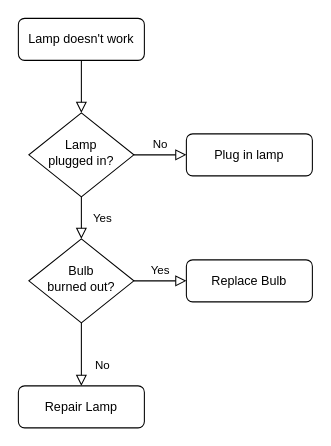
Before: 未命名绘图.drawio in lance631/notes, a draw.io diagram. Source tidied: cells renumbered, new cells numbered last; positions are measured from the earlier drawing's top-left corner, leaving out a move shared by most shapes. Both pictures are drawn from the tidied source at 105%, with x=0, y=0 at pixel (18, 18).
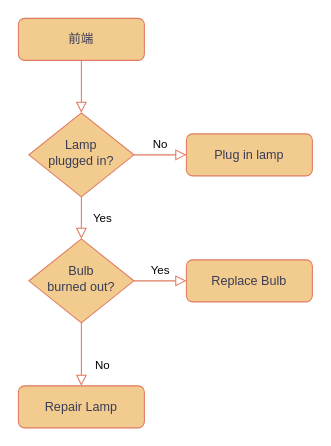
Above is the later version.

What changed in the source:
```diff
@@
 <mxGraphModel>
   <root>
     <mxCell id="0" />
     <mxCell id="1" parent="0" />
-    <mxCell id="2" style="rounded=0;html=1;jettySize=auto;fontSize=11;endArrow=block;endFill=0;endSize=8;strokeWidth=1;shadow=0;labelBackgroundColor=none;edgeStyle=orthogonalEdgeStyle;" parent="1" edge="1" source="3" target="6">
+    <mxCell id="2" style="rounded=0;html=1;jettySize=auto;fontSize=11;endArrow=block;endFill=0;endSize=8;strokeWidth=1;shadow=0;labelBackgroundColor=none;edgeStyle=orthogonalEdgeStyle;strokeColor=#E07A5F;fontColor=default;" parent="1" edge="1" source="3" target="6">
       <mxGeometry relative="1" as="geometry" />
     </mxCell>
-    <mxCell id="3" value="Lamp doesn't work" style="rounded=1;whiteSpace=wrap;html=1;fontSize=12;glass=0;strokeWidth=1;shadow=0;" parent="1" vertex="1">
+    <mxCell id="3" value="前端" style="rounded=1;whiteSpace=wrap;html=1;fontSize=12;glass=0;strokeWidth=1;shadow=0;labelBackgroundColor=none;fillColor=#F2CC8F;strokeColor=#E07A5F;fontColor=#393C56;" parent="1" vertex="1">
       <mxGeometry width="120" height="40" as="geometry" />
     </mxCell>
-    <mxCell id="4" value="Yes" style="rounded=0;html=1;jettySize=auto;fontSize=11;endArrow=block;endFill=0;endSize=8;strokeWidth=1;shadow=0;labelBackgroundColor=none;edgeStyle=orthogonalEdgeStyle;" parent="1" edge="1" source="6" target="10">
+    <mxCell id="4" value="Yes" style="rounded=0;html=1;jettySize=auto;fontSize=11;endArrow=block;endFill=0;endSize=8;strokeWidth=1;shadow=0;labelBackgroundColor=none;edgeStyle=orthogonalEdgeStyle;strokeColor=#E07A5F;fontColor=default;" parent="1" edge="1" source="6" target="10">
       <mxGeometry y="20" relative="1" as="geometry" />
     </mxCell>
-    <mxCell id="5" value="No" style="edgeStyle=orthogonalEdgeStyle;rounded=0;html=1;jettySize=auto;fontSize=11;endArrow=block;endFill=0;endSize=8;strokeWidth=1;shadow=0;labelBackgroundColor=none;" parent="1" edge="1" source="6" target="7">
+    <mxCell id="5" value="No" style="edgeStyle=orthogonalEdgeStyle;rounded=0;html=1;jettySize=auto;fontSize=11;endArrow=block;endFill=0;endSize=8;strokeWidth=1;shadow=0;labelBackgroundColor=none;strokeColor=#E07A5F;fontColor=default;" parent="1" edge="1" source="6" target="7">
       <mxGeometry y="10" relative="1" as="geometry" />
     </mxCell>
-    <mxCell id="6" value="Lamp&lt;br&gt;plugged in?" style="rhombus;whiteSpace=wrap;html=1;shadow=0;fontFamily=Helvetica;fontSize=12;align=center;strokeWidth=1;spacing=6;spacingTop=-4;" parent="1" vertex="1">
+    <mxCell id="6" value="Lamp&lt;br&gt;plugged in?" style="rhombus;whiteSpace=wrap;html=1;shadow=0;fontFamily=Helvetica;fontSize=12;align=center;strokeWidth=1;spacing=6;spacingTop=-4;labelBackgroundColor=none;fillColor=#F2CC8F;strokeColor=#E07A5F;fontColor=#393C56;" parent="1" vertex="1">
       <mxGeometry x="10" y="90" width="100" height="80" as="geometry" />
     </mxCell>
-    <mxCell id="7" value="Plug in lamp" style="rounded=1;whiteSpace=wrap;html=1;fontSize=12;glass=0;strokeWidth=1;shadow=0;" parent="1" vertex="1">
+    <mxCell id="7" value="Plug in lamp" style="rounded=1;whiteSpace=wrap;html=1;fontSize=12;glass=0;strokeWidth=1;shadow=0;labelBackgroundColor=none;fillColor=#F2CC8F;strokeColor=#E07A5F;fontColor=#393C56;" parent="1" vertex="1">
       <mxGeometry x="160" y="110" width="120" height="40" as="geometry" />
     </mxCell>
-    <mxCell id="8" value="No" style="rounded=0;html=1;jettySize=auto;fontSize=11;endArrow=block;endFill=0;endSize=8;strokeWidth=1;shadow=0;labelBackgroundColor=none;edgeStyle=orthogonalEdgeStyle;" parent="1" edge="1" source="10" target="11">
+    <mxCell id="8" value="No" style="rounded=0;html=1;jettySize=auto;fontSize=11;endArrow=block;endFill=0;endSize=8;strokeWidth=1;shadow=0;labelBackgroundColor=none;edgeStyle=orthogonalEdgeStyle;strokeColor=#E07A5F;fontColor=default;" parent="1" edge="1" source="10" target="11">
       <mxGeometry x="0.33" y="20" relative="1" as="geometry" />
     </mxCell>
-    <mxCell id="9" value="Yes" style="edgeStyle=orthogonalEdgeStyle;rounded=0;html=1;jettySize=auto;fontSize=11;endArrow=block;endFill=0;endSize=8;strokeWidth=1;shadow=0;labelBackgroundColor=none;" parent="1" edge="1" source="10" target="12">
+    <mxCell id="9" value="Yes" style="edgeStyle=orthogonalEdgeStyle;rounded=0;html=1;jettySize=auto;fontSize=11;endArrow=block;endFill=0;endSize=8;strokeWidth=1;shadow=0;labelBackgroundColor=none;strokeColor=#E07A5F;fontColor=default;" parent="1" edge="1" source="10" target="12">
       <mxGeometry y="10" relative="1" as="geometry" />
     </mxCell>
-    <mxCell id="10" value="Bulb&lt;br&gt;burned out?" style="rhombus;whiteSpace=wrap;html=1;shadow=0;fontFamily=Helvetica;fontSize=12;align=center;strokeWidth=1;spacing=6;spacingTop=-4;" parent="1" vertex="1">
+    <mxCell id="10" value="Bulb&lt;br&gt;burned out?" style="rhombus;whiteSpace=wrap;html=1;shadow=0;fontFamily=Helvetica;fontSize=12;align=center;strokeWidth=1;spacing=6;spacingTop=-4;labelBackgroundColor=none;fillColor=#F2CC8F;strokeColor=#E07A5F;fontColor=#393C56;" parent="1" vertex="1">
       <mxGeometry x="10" y="210" width="100" height="80" as="geometry" />
     </mxCell>
-    <mxCell id="11" value="Repair Lamp" style="rounded=1;whiteSpace=wrap;html=1;fontSize=12;glass=0;strokeWidth=1;shadow=0;" parent="1" vertex="1">
+    <mxCell id="11" value="Repair Lamp" style="rounded=1;whiteSpace=wrap;html=1;fontSize=12;glass=0;strokeWidth=1;shadow=0;labelBackgroundColor=none;fillColor=#F2CC8F;strokeColor=#E07A5F;fontColor=#393C56;" parent="1" vertex="1">
       <mxGeometry y="350" width="120" height="40" as="geometry" />
     </mxCell>
-    <mxCell id="12" value="Replace Bulb" style="rounded=1;whiteSpace=wrap;html=1;fontSize=12;glass=0;strokeWidth=1;shadow=0;" parent="1" vertex="1">
+    <mxCell id="12" value="Replace Bulb" style="rounded=1;whiteSpace=wrap;html=1;fontSize=12;glass=0;strokeWidth=1;shadow=0;labelBackgroundColor=none;fillColor=#F2CC8F;strokeColor=#E07A5F;fontColor=#393C56;" parent="1" vertex="1">
       <mxGeometry x="160" y="230" width="120" height="40" as="geometry" />
     </mxCell>
   </root>
 </mxGraphModel>
```
